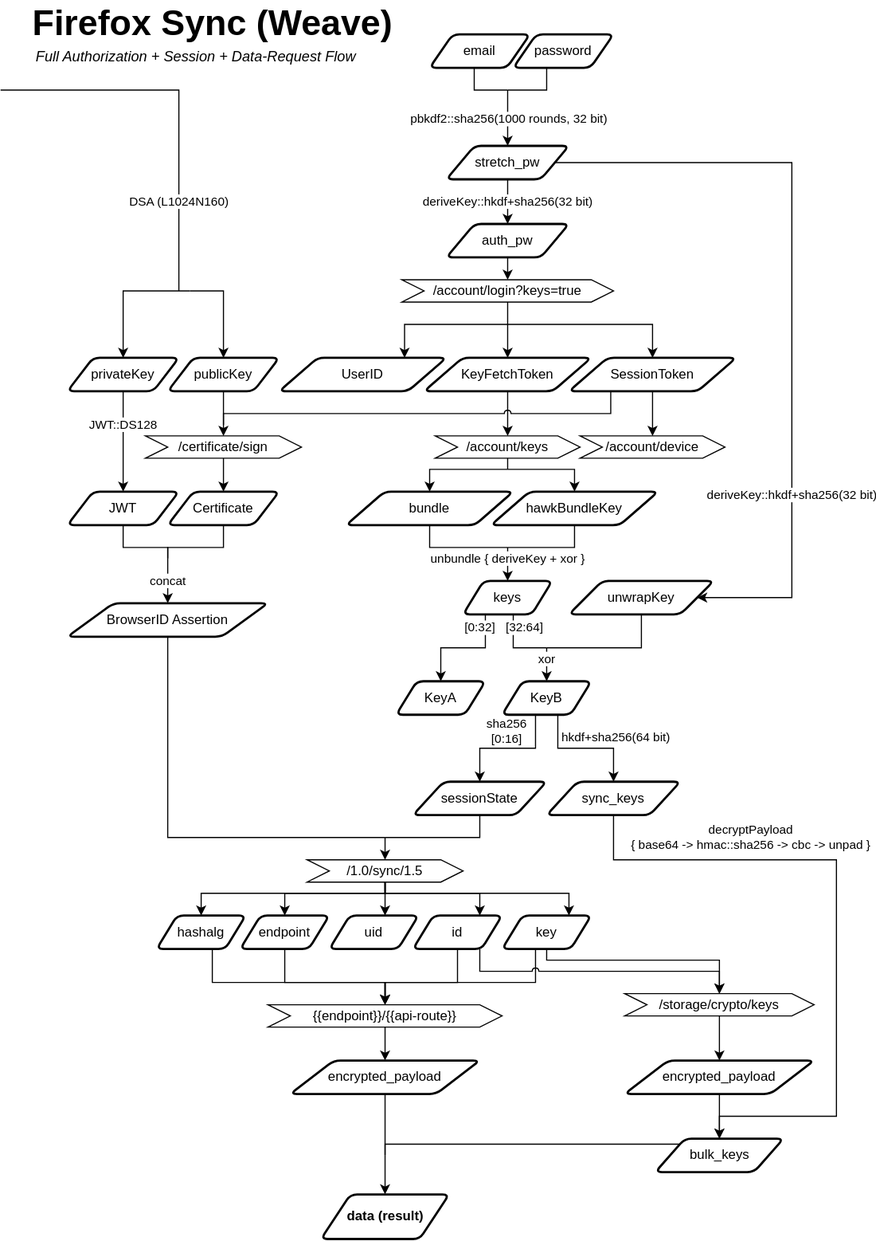
This is readme-data/api-flow_transparent.svg from Mikescher/firefox-sync-client, a draw.io export, as it was before one commit. Source tidied: cells renumbered, new cells last; positions are measured from the earlier drawing's top-left corner, leaving out a move shared by most shapes.
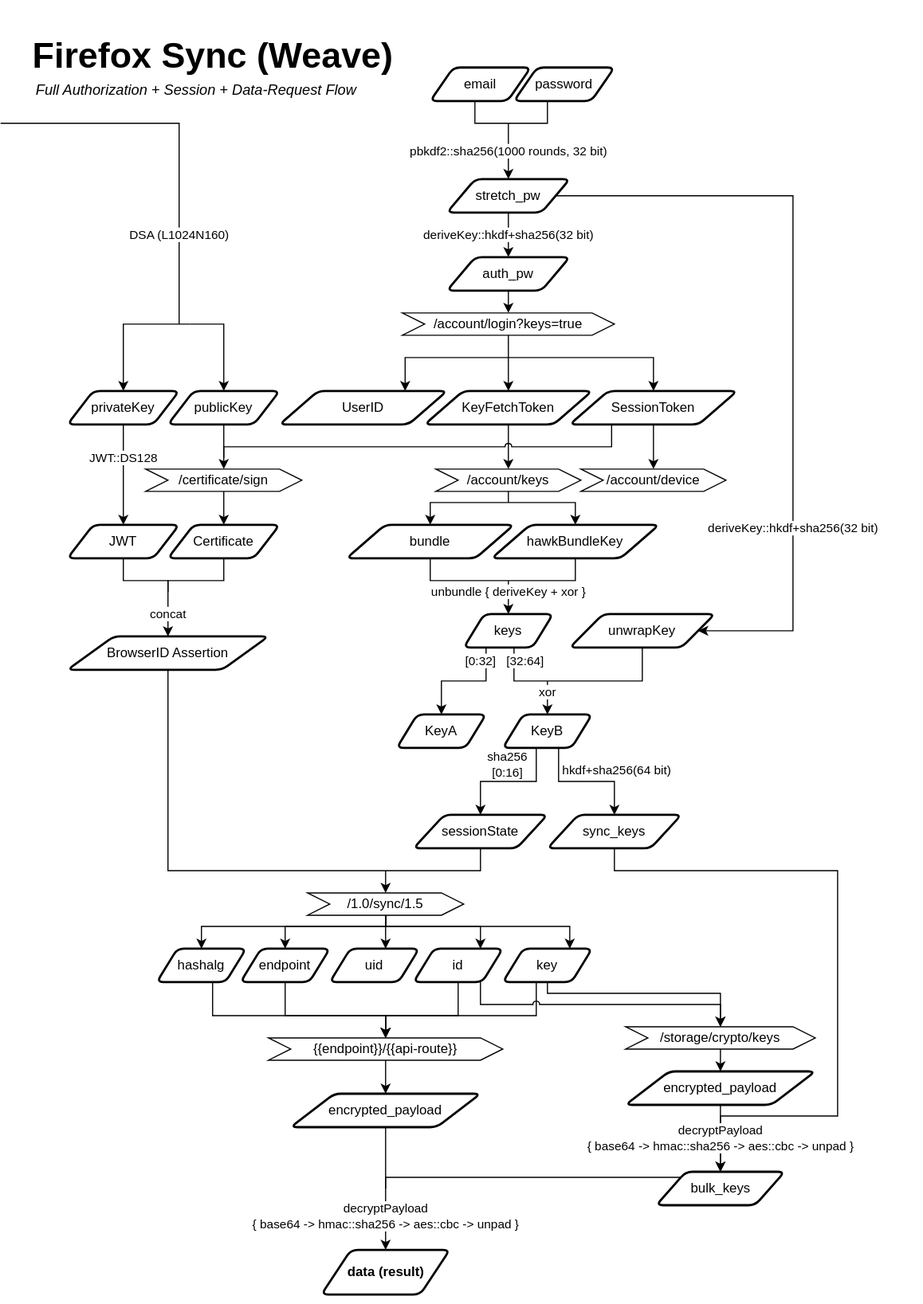
After the change.

What changed in the source:
```diff
@@ -285,13 +285,13 @@
     <mxCell id="71" value="sessionState" style="shape=parallelogram;html=1;strokeWidth=2;perimeter=parallelogramPerimeter;whiteSpace=wrap;rounded=1;arcSize=12;size=0.23;" parent="1" vertex="1">
       <mxGeometry x="370" y="700" width="120" height="30" as="geometry" />
     </mxCell>
-    <mxCell id="72" value="decryptPayload &lt;br&gt;{ base64 -&amp;gt; hmac::sha256 -&amp;gt; cbc -&amp;gt; unpad }" style="edgeStyle=orthogonalEdgeStyle;rounded=0;jumpStyle=arc;jettySize=auto;html=1;entryX=0.5;entryY=0;entryDx=0;entryDy=0;startArrow=none;startFill=0;endArrow=classic;endFill=1;" parent="1" edge="1" source="73" target="100">
-      <mxGeometry x="-0.45" y="20" relative="1" as="geometry">
+    <mxCell id="72" style="edgeStyle=orthogonalEdgeStyle;rounded=0;jumpStyle=arc;jettySize=auto;html=1;entryX=0.5;entryY=0;entryDx=0;entryDy=0;startArrow=none;startFill=0;endArrow=classic;endFill=1;" parent="1" edge="1" source="73" target="100">
+      <mxGeometry x="-0.43" y="20" relative="1" as="geometry">
         <Array as="points">
-          <mxPoint x="550" y="770" />
-          <mxPoint x="750" y="770" />
-          <mxPoint x="750" y="1000" />
-          <mxPoint x="645" y="1000" />
+          <mxPoint x="550" y="750" />
+          <mxPoint x="750" y="750" />
+          <mxPoint x="750" y="970" />
+          <mxPoint x="645" y="970" />
         </Array>
       </mxGeometry>
     </mxCell>
@@ -417,11 +417,11 @@
         </Array>
       </mxGeometry>
     </mxCell>
-    <mxCell id="97" style="edgeStyle=orthogonalEdgeStyle;rounded=0;jumpStyle=arc;jettySize=auto;html=1;startArrow=none;startFill=0;endArrow=classic;endFill=1;" parent="1" edge="1" source="98" target="100">
+    <mxCell id="97" value="decryptPayload &lt;br&gt;{ base64 -&amp;gt; hmac::sha256 -&amp;gt; aes::cbc -&amp;gt; unpad }" style="edgeStyle=orthogonalEdgeStyle;rounded=0;jumpStyle=arc;jettySize=auto;html=1;startArrow=none;startFill=0;endArrow=classic;endFill=1;" parent="1" edge="1" source="98" target="100">
       <mxGeometry relative="1" as="geometry" />
     </mxCell>
     <mxCell id="98" value="encrypted_payload" style="shape=parallelogram;html=1;strokeWidth=2;perimeter=parallelogramPerimeter;whiteSpace=wrap;rounded=1;arcSize=12;size=0.23;" parent="1" vertex="1">
-      <mxGeometry x="560" y="950" width="170" height="30" as="geometry" />
+      <mxGeometry x="560" y="930" width="170" height="30" as="geometry" />
     </mxCell>
     <mxCell id="99" style="edgeStyle=orthogonalEdgeStyle;rounded=0;jumpStyle=arc;jettySize=auto;html=1;startArrow=none;startFill=0;endArrow=none;endFill=0;entryX=0.6;entryY=0.547;entryDx=0;entryDy=0;entryPerimeter=0;" parent="1" edge="1" source="100">
       <mxGeometry relative="1" as="geometry">
@@ -443,10 +443,10 @@
       <mxGeometry x="260" y="950" width="170" height="30" as="geometry" />
     </mxCell>
     <mxCell id="103" value="data (result)" style="shape=parallelogram;html=1;strokeWidth=2;perimeter=parallelogramPerimeter;whiteSpace=wrap;rounded=1;arcSize=12;size=0.23;fontStyle=1;" parent="1" vertex="1">
-      <mxGeometry x="287.5" y="1070" width="115" height="40" as="geometry" />
+      <mxGeometry x="287.5" y="1090" width="115" height="40" as="geometry" />
     </mxCell>
-    <mxCell id="104" style="edgeStyle=orthogonalEdgeStyle;rounded=0;jumpStyle=arc;jettySize=auto;html=1;entryX=0.5;entryY=0;entryDx=0;entryDy=0;startArrow=none;startFill=0;endArrow=classic;endFill=1;" parent="1" edge="1" target="103">
-      <mxGeometry relative="1" as="geometry">
+    <mxCell id="104" value="decryptPayload &lt;br&gt;{ base64 -&amp;gt; hmac::sha256 -&amp;gt; aes::cbc -&amp;gt; unpad }" style="edgeStyle=orthogonalEdgeStyle;rounded=0;jumpStyle=arc;jettySize=auto;html=1;entryX=0.5;entryY=0;entryDx=0;entryDy=0;startArrow=none;startFill=0;endArrow=classic;endFill=1;" parent="1" edge="1" target="103">
+      <mxGeometry x="-0.09" relative="1" as="geometry">
         <mxPoint x="345" y="1035" as="sourcePoint" />
       </mxGeometry>
     </mxCell>
```
